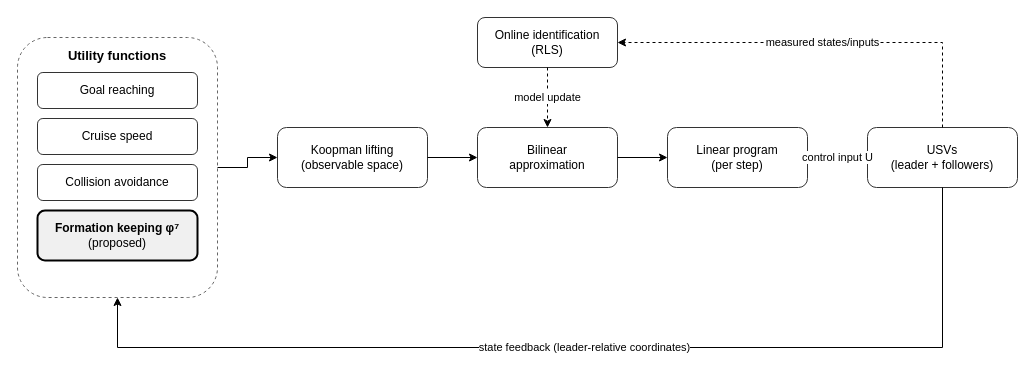
Before: IEEE-conference-template-062824/fig/pipeline_flowchart.drawio in yuuu1121/GTBOT, a draw.io diagram. Source tidied: cells renumbered, new cells numbered last; positions are measured from the earlier drawing's top-left corner, leaving out a move shared by most shapes. Both pictures are drawn from the tidied source at 100%, with x=0, y=0 at pixel (17, 17).
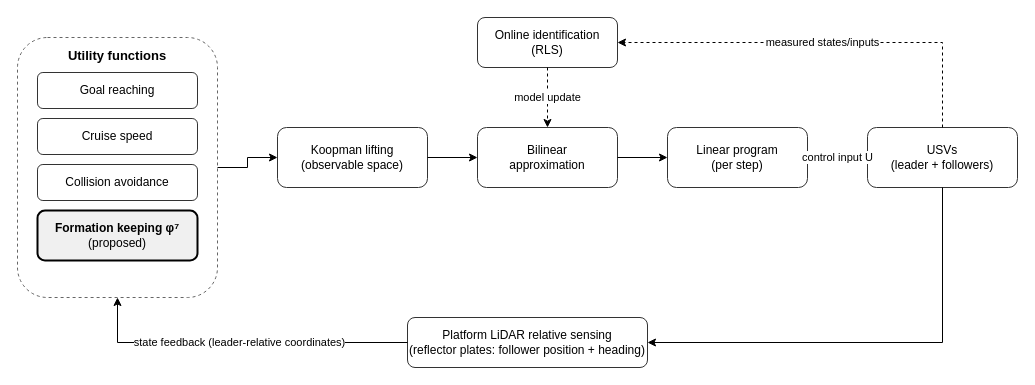
The same diagram, later.

Commit message:
draft(ut27): 플로우차트 되먹임 경로에 LiDAR 상대측위(반사판 위치+헤딩) 블록 추가

Claude-Session: https://claude.ai/code/session_019qNLAuEkV57fTxt2qoVVH8

The change refers to these unchanged cells:
```xml
<mxCell id="2" value="Utility functions" style="rounded=1;fillColor=none;strokeColor=#666666;dashed=1;verticalAlign=top;fontSize=13;fontStyle=1;align=center;spacingTop=4;" parent="1" vertex="1">
  <mxGeometry y="20" width="200" height="260" as="geometry" />
</mxCell>
<mxCell id="10" value="USVs&lt;br&gt;(leader + followers)" style="rounded=1;whiteSpace=wrap;html=1;fillColor=#ffffff;strokeColor=#333333;fontSize=12;" parent="1" vertex="1">
  <mxGeometry x="850" y="110" width="150" height="60" as="geometry" />
</mxCell>
```

Diff of the diagram source:
```diff
@@
+    <mxCell id="19" value="Platform LiDAR relative sensing&lt;br&gt;(reflector plates: follower position + heading)" style="rounded=1;whiteSpace=wrap;html=1;fillColor=#ffffff;strokeColor=#333333;fontSize=12;" parent="1" vertex="1">
+      <mxGeometry x="390" y="300" width="240" height="50" as="geometry" />
+    </mxCell>
@@
+    <mxCell id="20" style="edgeStyle=orthogonalEdgeStyle;rounded=0;html=1;exitX=0.5;exitY=1;entryX=1;entryY=0.5;fontSize=11;" parent="1" edge="1" source="10" target="19">
+      <mxGeometry relative="1" as="geometry">
+        <Array as="points">
+          <mxPoint x="925" y="325" />
+        </Array>
+      </mxGeometry>
+    </mxCell>
-    <mxCell id="16" value="state feedback (leader-relative coordinates)" style="edgeStyle=orthogonalEdgeStyle;rounded=0;html=1;exitX=0.5;exitY=1;entryX=0.5;entryY=1;fontSize=11;" parent="1" edge="1" source="10" target="2">
+    <mxCell id="16" value="state feedback (leader-relative coordinates)" style="edgeStyle=orthogonalEdgeStyle;rounded=0;html=1;exitX=0;exitY=0.5;entryX=0.5;entryY=1;fontSize=11;" parent="1" edge="1" source="19" target="2">
       <mxGeometry relative="1" as="geometry">
         <Array as="points">
-          <mxPoint x="925" y="330" />
-          <mxPoint x="100" y="330" />
+          <mxPoint x="100" y="325" />
         </Array>
       </mxGeometry>
     </mxCell>
```
